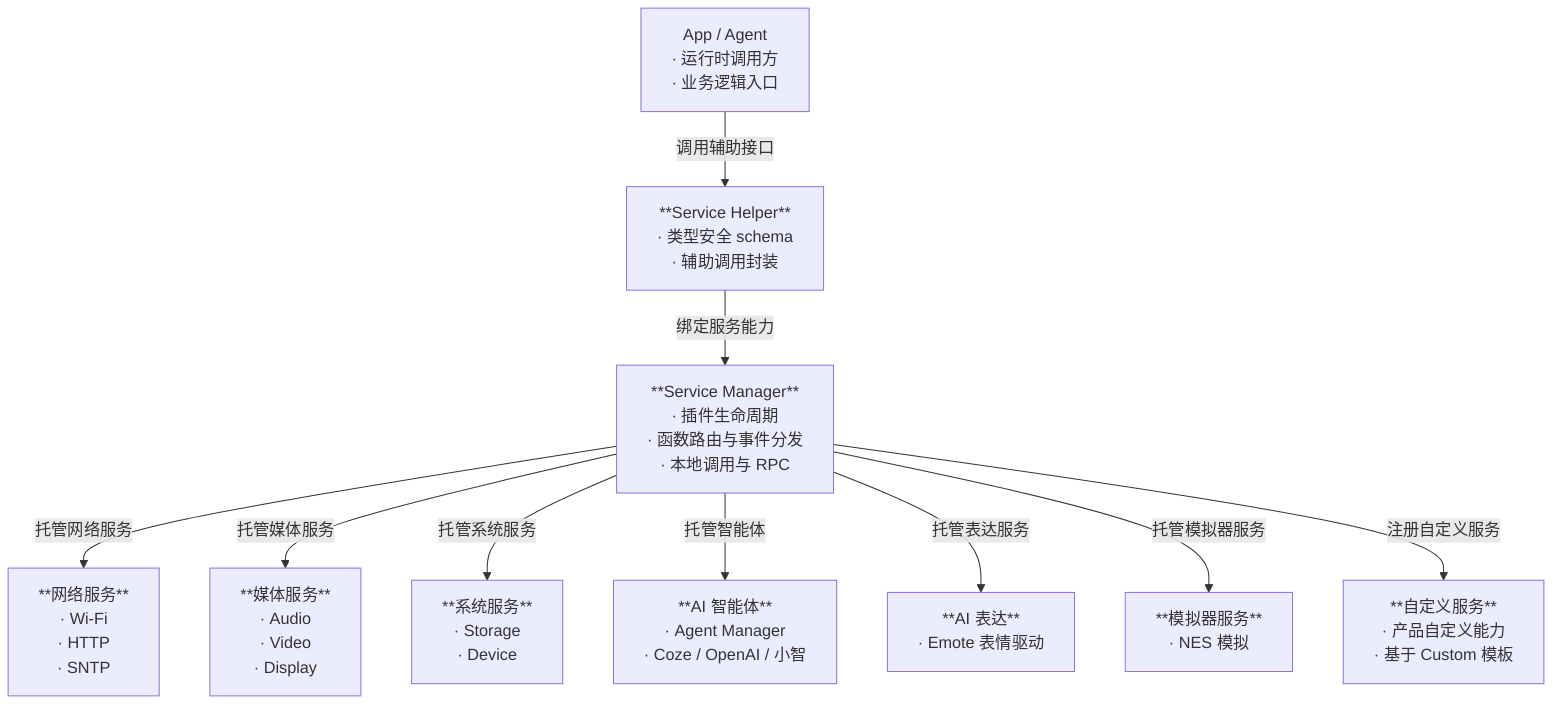
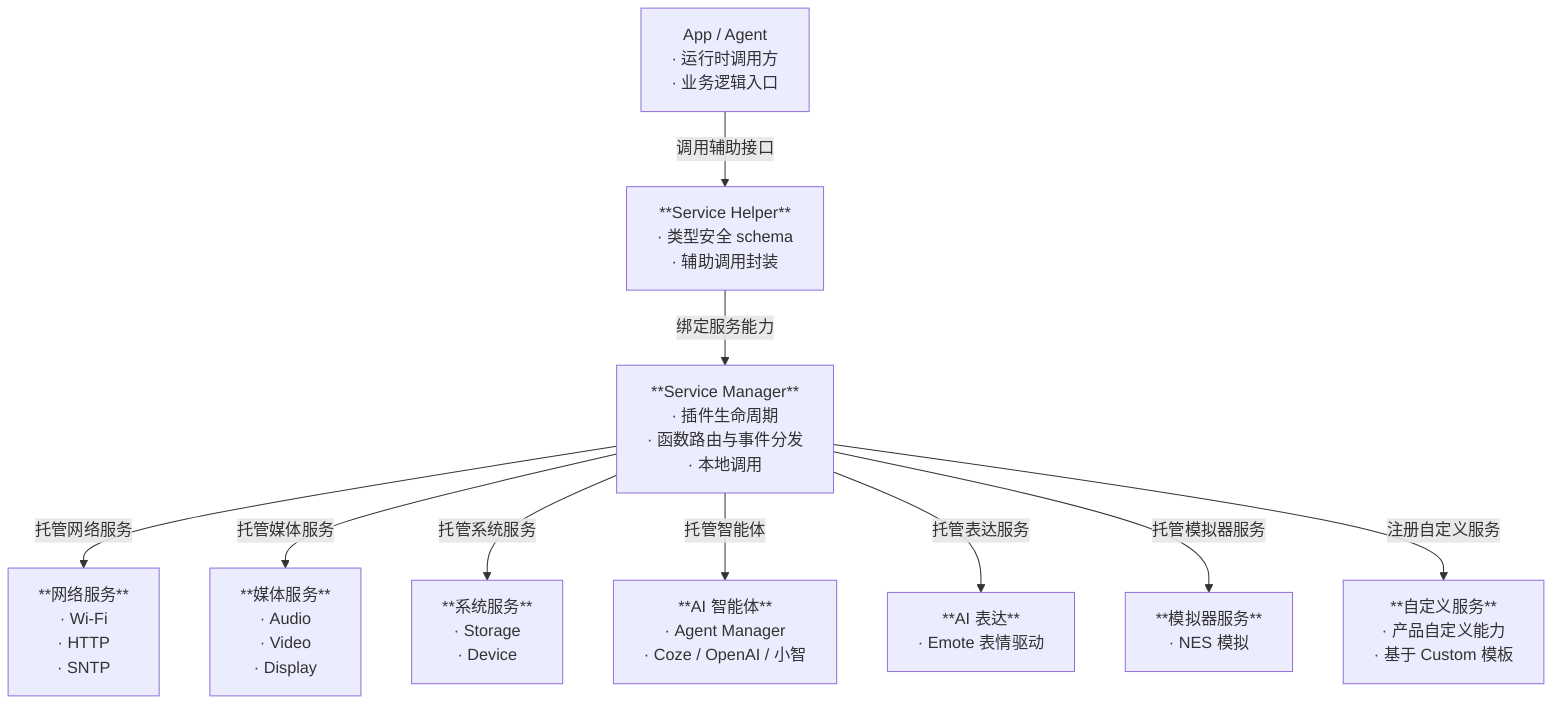
flowchart TD
    A["App / Agent<br/>· 运行时调用方<br/>· 业务逻辑入口"]
    B["**Service Helper**<br/>· 类型安全 schema<br/>· 辅助调用封装"]
-     C["**Service Manager**<br/>· 插件生命周期<br/>· 函数路由与事件分发<br/>· 本地调用与 RPC"]
+     C["**Service Manager**<br/>· 插件生命周期<br/>· 函数路由与事件分发<br/>· 本地调用"]
    D["**网络服务**<br/>· Wi-Fi<br/>· HTTP<br/>· SNTP"]
    E["**媒体服务**<br/>· Audio<br/>· Video<br/>· Display"]
    F["**系统服务**<br/>· Storage<br/>· Device"]
    G["**AI 智能体**<br/>· Agent Manager<br/>· Coze / OpenAI / 小智"]
    H["**AI 表达**<br/>· Emote 表情驱动"]
    I["**模拟器服务**<br/>· NES 模拟"]
    J["**自定义服务**<br/>· 产品自定义能力<br/>· 基于 Custom 模板"]

    A -->|"调用辅助接口"| B
    B -->|"绑定服务能力"| C
    C -->|"托管网络服务"| D
    C -->|"托管媒体服务"| E
    C -->|"托管系统服务"| F
    C -->|"托管智能体"| G
    C -->|"托管表达服务"| H
    C -->|"托管模拟器服务"| I
    C -->|"注册自定义服务"| J
